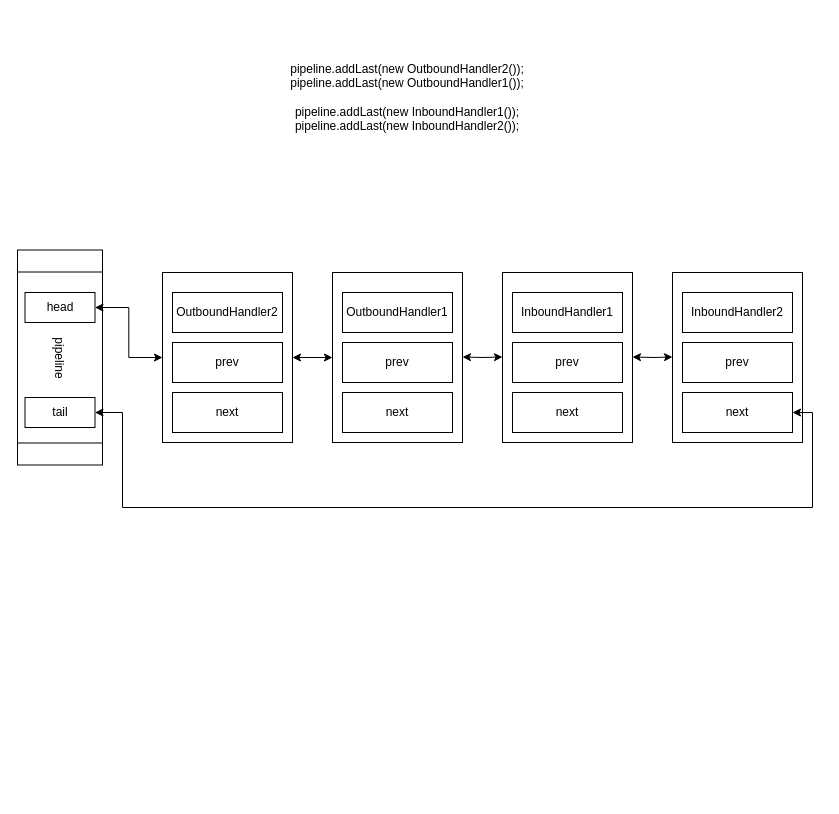
The draw.io diagram netty.drawio in pekah/Draw, before the edit. Source tidied: cells renumbered, new cells numbered last; positions are measured from the earlier drawing's top-left corner, leaving out a move shared by most shapes. Both pictures are drawn from the tidied source at 100%, with x=0, y=0 at pixel (-48, 47). Pictures stored in the file or linked from it are replaced by grey dashed boxes.
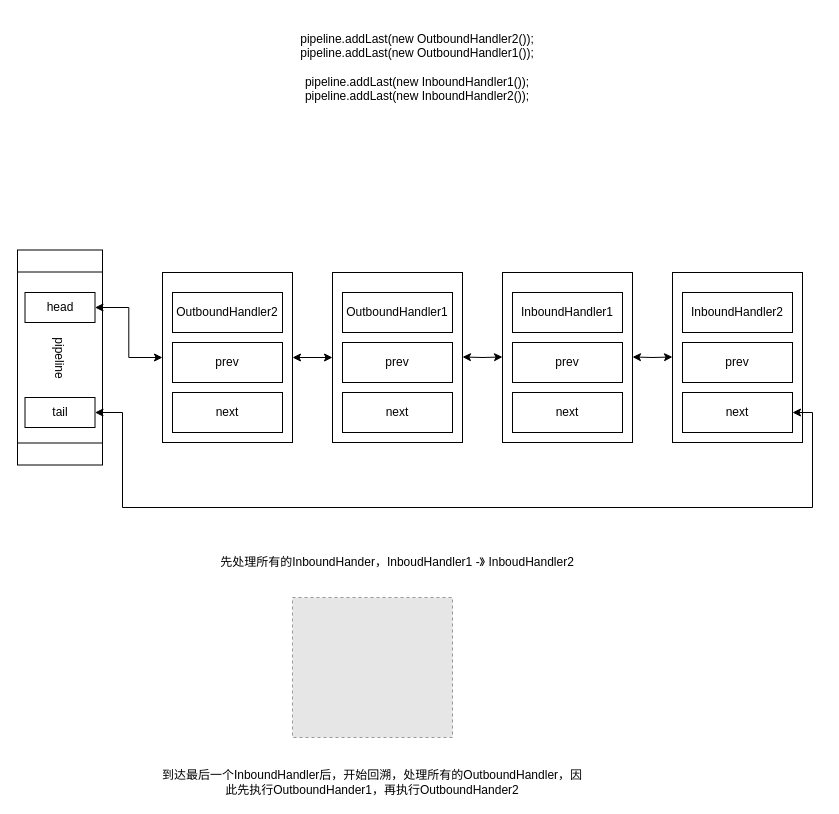
Above is the later version.

Change to the diagram source:
```diff
@@
     <mxCell id="23" value="&lt;div&gt;pipeline.addLast(new OutboundHandler2());&lt;/div&gt;&lt;div&gt;pipeline.addLast(new OutboundHandler1());&lt;/div&gt;&lt;div&gt;&lt;br&gt;&lt;/div&gt;&lt;div&gt;pipeline.addLast(new InboundHandler1());&lt;/div&gt;&lt;div&gt;pipeline.addLast(new InboundHandler2());&lt;/div&gt;" style="text;html=1;strokeColor=none;fillColor=none;align=center;verticalAlign=middle;whiteSpace=wrap;rounded=0;" parent="1" vertex="1">
-      <mxGeometry x="240" width="430" height="100" as="geometry" />
+      <mxGeometry x="250" y="-30" width="430" height="100" as="geometry" />
     </mxCell>
@@
+    <mxCell id="27" style="fillColor=#E6E6E6;strokeColor=#999999;dashed=1;verticalLabelPosition=bottom;labelBackgroundColor=#ffffff;verticalAlign=top;rotation=-180;" parent="1" vertex="1">
+      <mxGeometry x="340" y="550" width="160" height="140" as="geometry" />
+    </mxCell>
+    <mxCell id="28" value="先处理所有的InboundHander，InboudHandler1 -》 InboudHandler2" style="text;html=1;strokeColor=none;fillColor=none;align=center;verticalAlign=middle;whiteSpace=wrap;rounded=0;" parent="1" vertex="1">
+      <mxGeometry x="230" y="500" width="430" height="30" as="geometry" />
+    </mxCell>
+    <mxCell id="29" value="到达最后一个InboundHandler后，开始回溯，处理所有的OutboundHandler，因此先执行OutboundHander1，再执行OutboundHander2" style="text;html=1;strokeColor=none;fillColor=none;align=center;verticalAlign=middle;whiteSpace=wrap;rounded=0;" parent="1" vertex="1">
+      <mxGeometry x="205" y="720" width="430" height="30" as="geometry" />
+    </mxCell>
```
